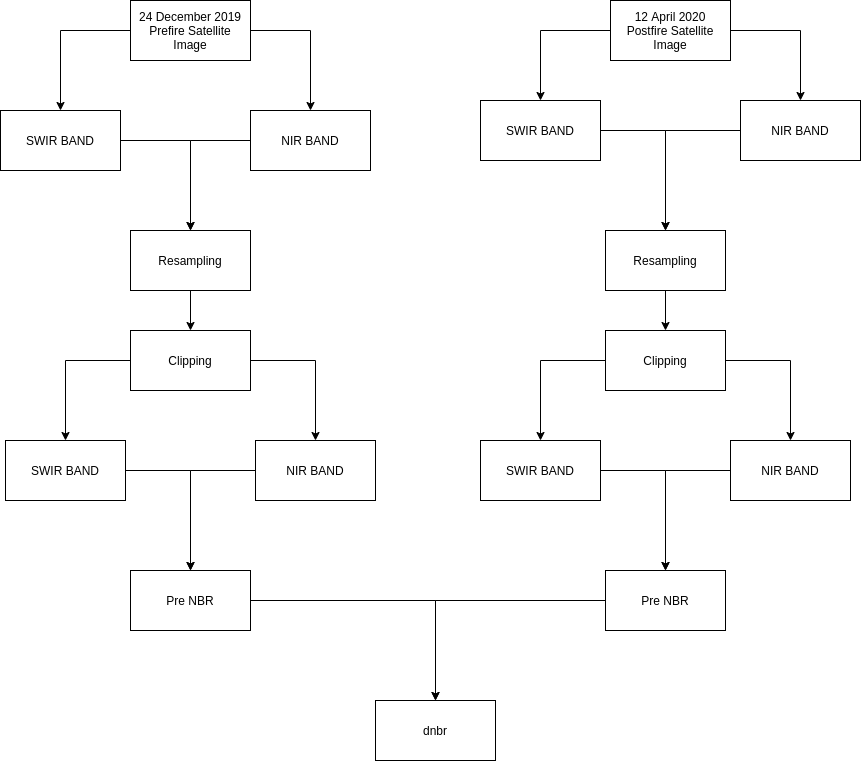
Above: images/workflow.png in dagdelenvolkan/wildfire-nbr (draw.io), before the change. Source tidied: cells renumbered, new cells last; positions are measured from the earlier drawing's top-left corner, leaving out a move shared by most shapes. Source of this version:
```xml
<mxGraphModel>
  <root>
    <mxCell id="0" />
    <mxCell id="1" parent="0" />
    <mxCell id="2" style="edgeStyle=orthogonalEdgeStyle;rounded=0;jettySize=auto;html=1;" parent="1" edge="1" source="4" target="13">
      <mxGeometry relative="1" as="geometry">
        <Array as="points">
          <mxPoint x="310" y="30" />
        </Array>
      </mxGeometry>
    </mxCell>
    <mxCell id="3" style="edgeStyle=orthogonalEdgeStyle;rounded=0;jettySize=auto;html=1;entryX=0.5;entryY=0;entryDx=0;entryDy=0;" parent="1" edge="1" source="4" target="11">
      <mxGeometry relative="1" as="geometry" />
    </mxCell>
    <mxCell id="4" value="24 December 2019&lt;br&gt;Prefire Satellite Image" style="rounded=0;whiteSpace=wrap;html=1;" parent="1" vertex="1">
      <mxGeometry x="130" width="120" height="60" as="geometry" />
    </mxCell>
    <mxCell id="5" style="edgeStyle=orthogonalEdgeStyle;rounded=0;jettySize=auto;html=1;entryX=0.5;entryY=0;entryDx=0;entryDy=0;" parent="1" edge="1" source="7" target="24">
      <mxGeometry relative="1" as="geometry" />
    </mxCell>
    <mxCell id="6" style="edgeStyle=orthogonalEdgeStyle;rounded=0;jettySize=auto;html=1;" parent="1" edge="1" source="7" target="26">
      <mxGeometry relative="1" as="geometry" />
    </mxCell>
    <mxCell id="7" value="12 April 2020&lt;br&gt;Postfire Satellite Image" style="rounded=0;whiteSpace=wrap;html=1;" parent="1" vertex="1">
      <mxGeometry x="610" width="120" height="60" as="geometry" />
    </mxCell>
    <mxCell id="8" style="edgeStyle=orthogonalEdgeStyle;rounded=0;jettySize=auto;html=1;entryX=0.5;entryY=0;entryDx=0;entryDy=0;" parent="1" edge="1" source="9" target="16">
      <mxGeometry relative="1" as="geometry" />
    </mxCell>
    <mxCell id="9" value="Resampling" style="rounded=0;whiteSpace=wrap;html=1;" parent="1" vertex="1">
      <mxGeometry x="130" y="230" width="120" height="60" as="geometry" />
    </mxCell>
    <mxCell id="10" style="edgeStyle=orthogonalEdgeStyle;rounded=0;jettySize=auto;html=1;entryX=0.5;entryY=0;entryDx=0;entryDy=0;" parent="1" edge="1" source="11" target="9">
      <mxGeometry relative="1" as="geometry" />
    </mxCell>
    <mxCell id="11" value="SWIR BAND" style="rounded=0;whiteSpace=wrap;html=1;" parent="1" vertex="1">
      <mxGeometry y="110" width="120" height="60" as="geometry" />
    </mxCell>
    <mxCell id="12" style="edgeStyle=orthogonalEdgeStyle;rounded=0;jettySize=auto;html=1;" parent="1" edge="1" source="13">
      <mxGeometry relative="1" as="geometry">
        <mxPoint x="190" y="230" as="targetPoint" />
      </mxGeometry>
    </mxCell>
    <mxCell id="13" value="NIR BAND" style="rounded=0;whiteSpace=wrap;html=1;" parent="1" vertex="1">
      <mxGeometry x="250" y="110" width="120" height="60" as="geometry" />
    </mxCell>
    <mxCell id="14" style="edgeStyle=orthogonalEdgeStyle;rounded=0;jettySize=auto;html=1;" parent="1" edge="1" source="16" target="18">
      <mxGeometry relative="1" as="geometry" />
    </mxCell>
    <mxCell id="15" style="edgeStyle=orthogonalEdgeStyle;rounded=0;jettySize=auto;html=1;entryX=0.5;entryY=0;entryDx=0;entryDy=0;" parent="1" edge="1" source="16" target="20">
      <mxGeometry relative="1" as="geometry" />
    </mxCell>
    <mxCell id="16" value="Clipping" style="rounded=0;whiteSpace=wrap;html=1;" parent="1" vertex="1">
      <mxGeometry x="130" y="330" width="120" height="60" as="geometry" />
    </mxCell>
    <mxCell id="17" style="edgeStyle=orthogonalEdgeStyle;rounded=0;jettySize=auto;html=1;" parent="1" edge="1" source="18" target="22">
      <mxGeometry relative="1" as="geometry" />
    </mxCell>
    <mxCell id="18" value="SWIR BAND" style="rounded=0;whiteSpace=wrap;html=1;" parent="1" vertex="1">
      <mxGeometry x="5" y="440" width="120" height="60" as="geometry" />
    </mxCell>
    <mxCell id="19" style="edgeStyle=orthogonalEdgeStyle;rounded=0;jettySize=auto;html=1;" parent="1" edge="1" source="20">
      <mxGeometry relative="1" as="geometry">
        <mxPoint x="190" y="570" as="targetPoint" />
      </mxGeometry>
    </mxCell>
    <mxCell id="20" value="NIR BAND" style="rounded=0;whiteSpace=wrap;html=1;" parent="1" vertex="1">
      <mxGeometry x="255" y="440" width="120" height="60" as="geometry" />
    </mxCell>
    <mxCell id="21" style="edgeStyle=orthogonalEdgeStyle;rounded=0;jettySize=auto;html=1;entryX=0.5;entryY=0;entryDx=0;entryDy=0;" parent="1" edge="1" source="22" target="27">
      <mxGeometry relative="1" as="geometry" />
    </mxCell>
    <mxCell id="22" value="Pre NBR" style="rounded=0;whiteSpace=wrap;html=1;" parent="1" vertex="1">
      <mxGeometry x="130" y="570" width="120" height="60" as="geometry" />
    </mxCell>
    <mxCell id="23" style="edgeStyle=orthogonalEdgeStyle;rounded=0;jettySize=auto;html=1;entryX=0.5;entryY=0;entryDx=0;entryDy=0;" parent="1" edge="1" source="24" target="29">
      <mxGeometry relative="1" as="geometry" />
    </mxCell>
    <mxCell id="24" value="SWIR BAND" style="rounded=0;whiteSpace=wrap;html=1;" parent="1" vertex="1">
      <mxGeometry x="480" y="100" width="120" height="60" as="geometry" />
    </mxCell>
    <mxCell id="25" style="edgeStyle=orthogonalEdgeStyle;rounded=0;jettySize=auto;html=1;entryX=0.5;entryY=0;entryDx=0;entryDy=0;" parent="1" edge="1" source="26" target="29">
      <mxGeometry relative="1" as="geometry" />
    </mxCell>
    <mxCell id="26" value="NIR BAND" style="rounded=0;whiteSpace=wrap;html=1;" parent="1" vertex="1">
      <mxGeometry x="740" y="100" width="120" height="60" as="geometry" />
    </mxCell>
    <mxCell id="27" value="dnbr" style="rounded=0;whiteSpace=wrap;html=1;" parent="1" vertex="1">
      <mxGeometry x="375" y="700" width="120" height="60" as="geometry" />
    </mxCell>
    <mxCell id="28" style="edgeStyle=orthogonalEdgeStyle;rounded=0;jettySize=auto;html=1;entryX=0.5;entryY=0;entryDx=0;entryDy=0;" parent="1" edge="1" source="29" target="32">
      <mxGeometry relative="1" as="geometry" />
    </mxCell>
    <mxCell id="29" value="Resampling" style="rounded=0;whiteSpace=wrap;html=1;" parent="1" vertex="1">
      <mxGeometry x="605" y="230" width="120" height="60" as="geometry" />
    </mxCell>
    <mxCell id="30" style="edgeStyle=orthogonalEdgeStyle;rounded=0;jettySize=auto;html=1;" parent="1" edge="1" source="32" target="34">
      <mxGeometry relative="1" as="geometry" />
    </mxCell>
    <mxCell id="31" style="edgeStyle=orthogonalEdgeStyle;rounded=0;jettySize=auto;html=1;entryX=0.5;entryY=0;entryDx=0;entryDy=0;" parent="1" edge="1" source="32" target="36">
      <mxGeometry relative="1" as="geometry" />
    </mxCell>
    <mxCell id="32" value="Clipping" style="rounded=0;whiteSpace=wrap;html=1;" parent="1" vertex="1">
      <mxGeometry x="605" y="330" width="120" height="60" as="geometry" />
    </mxCell>
    <mxCell id="33" style="edgeStyle=orthogonalEdgeStyle;rounded=0;jettySize=auto;html=1;" parent="1" edge="1" source="34" target="38">
      <mxGeometry relative="1" as="geometry" />
    </mxCell>
    <mxCell id="34" value="SWIR BAND" style="rounded=0;whiteSpace=wrap;html=1;" parent="1" vertex="1">
      <mxGeometry x="480" y="440" width="120" height="60" as="geometry" />
    </mxCell>
    <mxCell id="35" style="edgeStyle=orthogonalEdgeStyle;rounded=0;jettySize=auto;html=1;" parent="1" edge="1" source="36">
      <mxGeometry relative="1" as="geometry">
        <mxPoint x="665" y="570" as="targetPoint" />
      </mxGeometry>
    </mxCell>
    <mxCell id="36" value="NIR BAND" style="rounded=0;whiteSpace=wrap;html=1;" parent="1" vertex="1">
      <mxGeometry x="730" y="440" width="120" height="60" as="geometry" />
    </mxCell>
    <mxCell id="37" style="edgeStyle=orthogonalEdgeStyle;rounded=0;jettySize=auto;html=1;entryX=0.5;entryY=0;entryDx=0;entryDy=0;" parent="1" edge="1" source="38" target="27">
      <mxGeometry relative="1" as="geometry" />
    </mxCell>
    <mxCell id="38" value="Pre NBR" style="rounded=0;whiteSpace=wrap;html=1;" parent="1" vertex="1">
      <mxGeometry x="605" y="570" width="120" height="60" as="geometry" />
    </mxCell>
  </root>
</mxGraphModel>
```
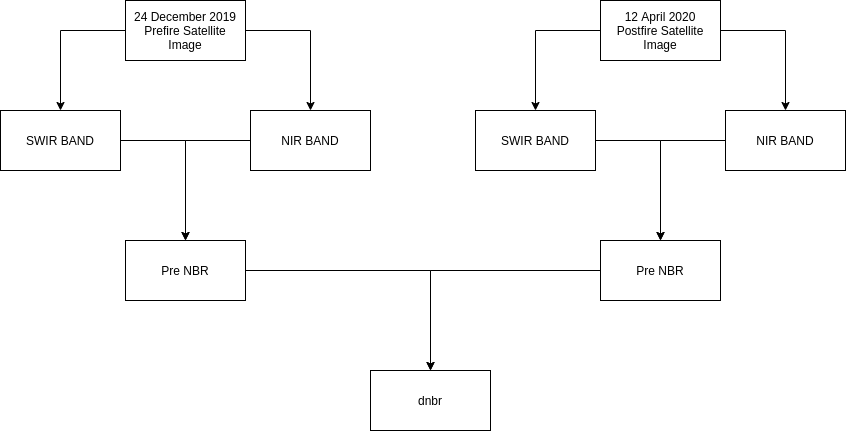
After the commit.

The edit, as a diff of the source:
```diff
@@ -2,55 +2,13 @@
   <root>
     <mxCell id="0" />
     <mxCell id="1" parent="0" />
-    <mxCell id="2" style="edgeStyle=orthogonalEdgeStyle;rounded=0;jettySize=auto;html=1;" parent="1" edge="1" source="4" target="13">
-      <mxGeometry relative="1" as="geometry">
-        <Array as="points">
-          <mxPoint x="310" y="30" />
-        </Array>
-      </mxGeometry>
-    </mxCell>
-    <mxCell id="3" style="edgeStyle=orthogonalEdgeStyle;rounded=0;jettySize=auto;html=1;entryX=0.5;entryY=0;entryDx=0;entryDy=0;" parent="1" edge="1" source="4" target="11">
-      <mxGeometry relative="1" as="geometry" />
-    </mxCell>
-    <mxCell id="4" value="24 December 2019&lt;br&gt;Prefire Satellite Image" style="rounded=0;whiteSpace=wrap;html=1;" parent="1" vertex="1">
-      <mxGeometry x="130" width="120" height="60" as="geometry" />
-    </mxCell>
-    <mxCell id="5" style="edgeStyle=orthogonalEdgeStyle;rounded=0;jettySize=auto;html=1;entryX=0.5;entryY=0;entryDx=0;entryDy=0;" parent="1" edge="1" source="7" target="24">
-      <mxGeometry relative="1" as="geometry" />
-    </mxCell>
-    <mxCell id="6" style="edgeStyle=orthogonalEdgeStyle;rounded=0;jettySize=auto;html=1;" parent="1" edge="1" source="7" target="26">
-      <mxGeometry relative="1" as="geometry" />
-    </mxCell>
-    <mxCell id="7" value="12 April 2020&lt;br&gt;Postfire Satellite Image" style="rounded=0;whiteSpace=wrap;html=1;" parent="1" vertex="1">
-      <mxGeometry x="610" width="120" height="60" as="geometry" />
-    </mxCell>
-    <mxCell id="8" style="edgeStyle=orthogonalEdgeStyle;rounded=0;jettySize=auto;html=1;entryX=0.5;entryY=0;entryDx=0;entryDy=0;" parent="1" edge="1" source="9" target="16">
-      <mxGeometry relative="1" as="geometry" />
-    </mxCell>
-    <mxCell id="9" value="Resampling" style="rounded=0;whiteSpace=wrap;html=1;" parent="1" vertex="1">
-      <mxGeometry x="130" y="230" width="120" height="60" as="geometry" />
-    </mxCell>
-    <mxCell id="10" style="edgeStyle=orthogonalEdgeStyle;rounded=0;jettySize=auto;html=1;entryX=0.5;entryY=0;entryDx=0;entryDy=0;" parent="1" edge="1" source="11" target="9">
-      <mxGeometry relative="1" as="geometry" />
-    </mxCell>
-    <mxCell id="11" value="SWIR BAND" style="rounded=0;whiteSpace=wrap;html=1;" parent="1" vertex="1">
-      <mxGeometry y="110" width="120" height="60" as="geometry" />
-    </mxCell>
-    <mxCell id="12" style="edgeStyle=orthogonalEdgeStyle;rounded=0;jettySize=auto;html=1;" parent="1" edge="1" source="13">
-      <mxGeometry relative="1" as="geometry">
-        <mxPoint x="190" y="230" as="targetPoint" />
-      </mxGeometry>
-    </mxCell>
-    <mxCell id="13" value="NIR BAND" style="rounded=0;whiteSpace=wrap;html=1;" parent="1" vertex="1">
-      <mxGeometry x="250" y="110" width="120" height="60" as="geometry" />
-    </mxCell>
     <mxCell id="14" style="edgeStyle=orthogonalEdgeStyle;rounded=0;jettySize=auto;html=1;" parent="1" edge="1" source="16" target="18">
       <mxGeometry relative="1" as="geometry" />
     </mxCell>
     <mxCell id="15" style="edgeStyle=orthogonalEdgeStyle;rounded=0;jettySize=auto;html=1;entryX=0.5;entryY=0;entryDx=0;entryDy=0;" parent="1" edge="1" source="16" target="20">
       <mxGeometry relative="1" as="geometry" />
     </mxCell>
-    <mxCell id="16" value="Clipping" style="rounded=0;whiteSpace=wrap;html=1;" parent="1" vertex="1">
+    <mxCell id="16" value="24 December 2019&lt;br&gt;Prefire Satellite Image" style="rounded=0;whiteSpace=wrap;html=1;" parent="1" vertex="1">
       <mxGeometry x="130" y="330" width="120" height="60" as="geometry" />
     </mxCell>
     <mxCell id="17" style="edgeStyle=orthogonalEdgeStyle;rounded=0;jettySize=auto;html=1;" parent="1" edge="1" source="18" target="22">
@@ -73,34 +31,16 @@
     <mxCell id="22" value="Pre NBR" style="rounded=0;whiteSpace=wrap;html=1;" parent="1" vertex="1">
       <mxGeometry x="130" y="570" width="120" height="60" as="geometry" />
     </mxCell>
-    <mxCell id="23" style="edgeStyle=orthogonalEdgeStyle;rounded=0;jettySize=auto;html=1;entryX=0.5;entryY=0;entryDx=0;entryDy=0;" parent="1" edge="1" source="24" target="29">
-      <mxGeometry relative="1" as="geometry" />
-    </mxCell>
-    <mxCell id="24" value="SWIR BAND" style="rounded=0;whiteSpace=wrap;html=1;" parent="1" vertex="1">
-      <mxGeometry x="480" y="100" width="120" height="60" as="geometry" />
-    </mxCell>
-    <mxCell id="25" style="edgeStyle=orthogonalEdgeStyle;rounded=0;jettySize=auto;html=1;entryX=0.5;entryY=0;entryDx=0;entryDy=0;" parent="1" edge="1" source="26" target="29">
-      <mxGeometry relative="1" as="geometry" />
-    </mxCell>
-    <mxCell id="26" value="NIR BAND" style="rounded=0;whiteSpace=wrap;html=1;" parent="1" vertex="1">
-      <mxGeometry x="740" y="100" width="120" height="60" as="geometry" />
-    </mxCell>
     <mxCell id="27" value="dnbr" style="rounded=0;whiteSpace=wrap;html=1;" parent="1" vertex="1">
       <mxGeometry x="375" y="700" width="120" height="60" as="geometry" />
     </mxCell>
-    <mxCell id="28" style="edgeStyle=orthogonalEdgeStyle;rounded=0;jettySize=auto;html=1;entryX=0.5;entryY=0;entryDx=0;entryDy=0;" parent="1" edge="1" source="29" target="32">
-      <mxGeometry relative="1" as="geometry" />
-    </mxCell>
-    <mxCell id="29" value="Resampling" style="rounded=0;whiteSpace=wrap;html=1;" parent="1" vertex="1">
-      <mxGeometry x="605" y="230" width="120" height="60" as="geometry" />
-    </mxCell>
     <mxCell id="30" style="edgeStyle=orthogonalEdgeStyle;rounded=0;jettySize=auto;html=1;" parent="1" edge="1" source="32" target="34">
       <mxGeometry relative="1" as="geometry" />
     </mxCell>
     <mxCell id="31" style="edgeStyle=orthogonalEdgeStyle;rounded=0;jettySize=auto;html=1;entryX=0.5;entryY=0;entryDx=0;entryDy=0;" parent="1" edge="1" source="32" target="36">
       <mxGeometry relative="1" as="geometry" />
     </mxCell>
-    <mxCell id="32" value="Clipping" style="rounded=0;whiteSpace=wrap;html=1;" parent="1" vertex="1">
+    <mxCell id="32" value="12 April 2020&lt;br&gt;Postfire Satellite Image" style="rounded=0;whiteSpace=wrap;html=1;" parent="1" vertex="1">
       <mxGeometry x="605" y="330" width="120" height="60" as="geometry" />
     </mxCell>
     <mxCell id="33" style="edgeStyle=orthogonalEdgeStyle;rounded=0;jettySize=auto;html=1;" parent="1" edge="1" source="34" target="38">
```
